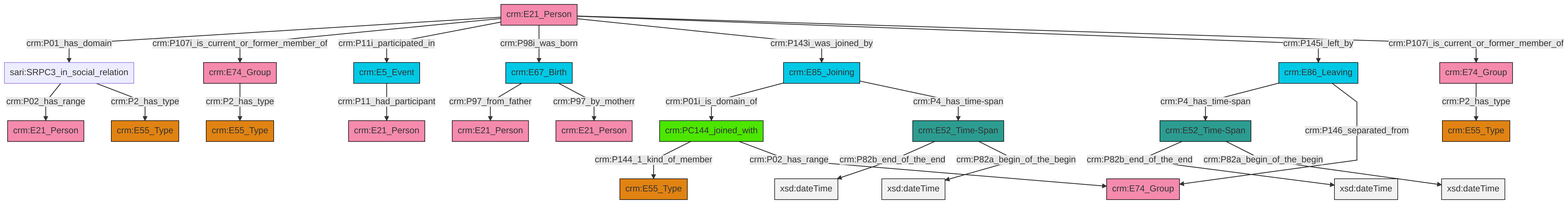
Above: et/personCSV/ttl/mmd/png/Person_Actor_Relations.png in swiss-art-research-net/docs.swissartresearch (Mermaid), before the change. Its source is kept beside it as et/personCSV/ttl/mmd/Person_Actor_Relations.ttl.mmd.
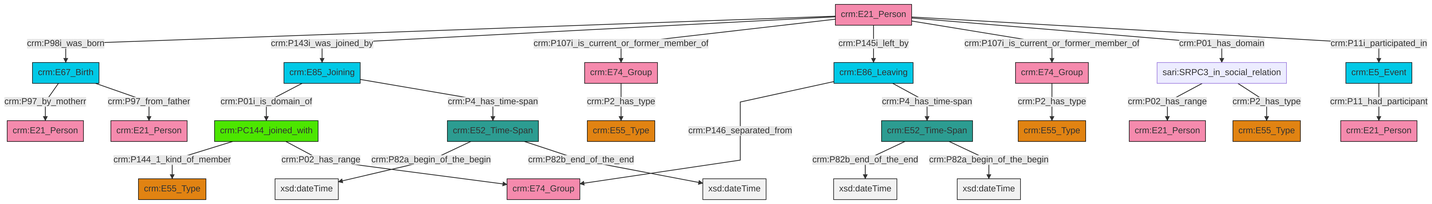
Above is the later version.

What changed in the source:
```diff
@@ -13,27 +13,27 @@
 classDef PC_Classes fill:#4ce600, stroke:#000000;
 classDef Multi fill:#cccccc,stroke:#000000;
 
-0["crm:PC144_joined_with"]:::PC_Classes -->|crm:P144_1_kind_of_member| 1["crm:E55_Type"]:::Type
-2["crm:E74_Group"]:::Actor -->|crm:P2_has_type| 3["crm:E55_Type"]:::Type
-4["crm:E74_Group"]:::Actor -->|crm:P2_has_type| 5["crm:E55_Type"]:::Type
-0["crm:PC144_joined_with"]:::PC_Classes -->|crm:P02_has_range| 6["crm:E74_Group"]:::Actor
-8["crm:E21_Person"]:::Actor -->|crm:P01_has_domain| 9["sari:SRPC3_in_social_relation"]:::Default
-8["crm:E21_Person"]:::Actor -->|crm:P107i_is_current_or_former_member_of| 4["crm:E74_Group"]:::Actor
-8["crm:E21_Person"]:::Actor -->|crm:P11i_participated_in| 20["crm:E5_Event"]:::Temporal_Entity
-21["crm:E52_Time-Span"]:::Time-Span -->|crm:P82b_end_of_the_end| 22[xsd:dateTime]:::Literal
-11["crm:E86_Leaving"]:::Temporal_Entity -->|crm:P4_has_time-span| 24["crm:E52_Time-Span"]:::Time-Span
-20["crm:E5_Event"]:::Temporal_Entity -->|crm:P11_had_participant| 25["crm:E21_Person"]:::Actor
-8["crm:E21_Person"]:::Actor -->|crm:P98i_was_born| 29["crm:E67_Birth"]:::Temporal_Entity
-8["crm:E21_Person"]:::Actor -->|crm:P143i_was_joined_by| 16["crm:E85_Joining"]:::Temporal_Entity
-29["crm:E67_Birth"]:::Temporal_Entity -->|crm:P97_from_father| 13["crm:E21_Person"]:::Actor
-24["crm:E52_Time-Span"]:::Time-Span -->|crm:P82b_end_of_the_end| 31[xsd:dateTime]:::Literal
-29["crm:E67_Birth"]:::Temporal_Entity -->|crm:P97_by_motherr| 33["crm:E21_Person"]:::Actor
-8["crm:E21_Person"]:::Actor -->|crm:P145i_left_by| 11["crm:E86_Leaving"]:::Temporal_Entity
-24["crm:E52_Time-Span"]:::Time-Span -->|crm:P82a_begin_of_the_begin| 35[xsd:dateTime]:::Literal
-16["crm:E85_Joining"]:::Temporal_Entity -->|crm:P01i_is_domain_of| 0["crm:PC144_joined_with"]:::PC_Classes
-16["crm:E85_Joining"]:::Temporal_Entity -->|crm:P4_has_time-span| 21["crm:E52_Time-Span"]:::Time-Span
-9["sari:SRPC3_in_social_relation"]:::Default -->|crm:P02_has_range| 37["crm:E21_Person"]:::Actor
-11["crm:E86_Leaving"]:::Temporal_Entity -->|crm:P146_separated_from| 6["crm:E74_Group"]:::Actor
-9["sari:SRPC3_in_social_relation"]:::Default -->|crm:P2_has_type| 26["crm:E55_Type"]:::Type
-8["crm:E21_Person"]:::Actor -->|crm:P107i_is_current_or_former_member_of| 2["crm:E74_Group"]:::Actor
-21["crm:E52_Time-Span"]:::Time-Span -->|crm:P82a_begin_of_the_begin| 44[xsd:dateTime]:::Literal
+0["crm:E52_Time-Span"]:::Time-Span -->|crm:P82b_end_of_the_end| 1[xsd:dateTime]:::Literal
+0["crm:E52_Time-Span"]:::Time-Span -->|crm:P82a_begin_of_the_begin| 2[xsd:dateTime]:::Literal
+7["crm:E85_Joining"]:::Temporal_Entity -->|crm:P01i_is_domain_of| 8["crm:PC144_joined_with"]:::PC_Classes
+11["crm:E21_Person"]:::Actor -->|crm:P98i_was_born| 9["crm:E67_Birth"]:::Temporal_Entity
+14["crm:E74_Group"]:::Actor -->|crm:P2_has_type| 15["crm:E55_Type"]:::Type
+9["crm:E67_Birth"]:::Temporal_Entity -->|crm:P97_by_motherr| 16["crm:E21_Person"]:::Actor
+11["crm:E21_Person"]:::Actor -->|crm:P143i_was_joined_by| 7["crm:E85_Joining"]:::Temporal_Entity
+18["crm:E74_Group"]:::Actor -->|crm:P2_has_type| 3["crm:E55_Type"]:::Type
+11["crm:E21_Person"]:::Actor -->|crm:P107i_is_current_or_former_member_of| 14["crm:E74_Group"]:::Actor
+5["crm:E5_Event"]:::Temporal_Entity -->|crm:P11_had_participant| 24["crm:E21_Person"]:::Actor
+26["sari:SRPC3_in_social_relation"]:::Default -->|crm:P02_has_range| 27["crm:E21_Person"]:::Actor
+8["crm:PC144_joined_with"]:::PC_Classes -->|crm:P144_1_kind_of_member| 28["crm:E55_Type"]:::Type
+11["crm:E21_Person"]:::Actor -->|crm:P145i_left_by| 29["crm:E86_Leaving"]:::Temporal_Entity
+7["crm:E85_Joining"]:::Temporal_Entity -->|crm:P4_has_time-span| 22["crm:E52_Time-Span"]:::Time-Span
+22["crm:E52_Time-Span"]:::Time-Span -->|crm:P82a_begin_of_the_begin| 39[xsd:dateTime]:::Literal
+8["crm:PC144_joined_with"]:::PC_Classes -->|crm:P02_has_range| 12["crm:E74_Group"]:::Actor
+29["crm:E86_Leaving"]:::Temporal_Entity -->|crm:P146_separated_from| 12["crm:E74_Group"]:::Actor
+11["crm:E21_Person"]:::Actor -->|crm:P107i_is_current_or_former_member_of| 18["crm:E74_Group"]:::Actor
+9["crm:E67_Birth"]:::Temporal_Entity -->|crm:P97_from_father| 34["crm:E21_Person"]:::Actor
+11["crm:E21_Person"]:::Actor -->|crm:P01_has_domain| 26["sari:SRPC3_in_social_relation"]:::Default
+29["crm:E86_Leaving"]:::Temporal_Entity -->|crm:P4_has_time-span| 0["crm:E52_Time-Span"]:::Time-Span
+22["crm:E52_Time-Span"]:::Time-Span -->|crm:P82b_end_of_the_end| 44[xsd:dateTime]:::Literal
+26["sari:SRPC3_in_social_relation"]:::Default -->|crm:P2_has_type| 45["crm:E55_Type"]:::Type
+11["crm:E21_Person"]:::Actor -->|crm:P11i_participated_in| 5["crm:E5_Event"]:::Temporal_Entity
```
